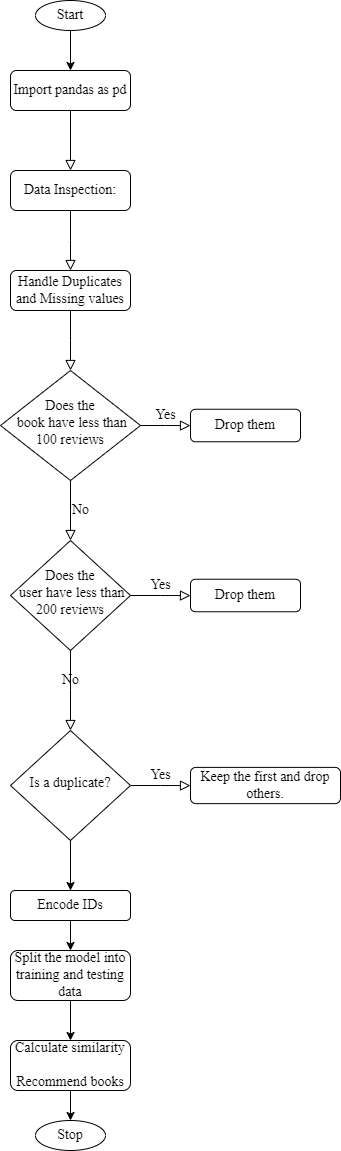
JoshiPrabin/Diagrams keeps this draw.io diagram as BRS_flowchart.png. Above is the earlier version. Source tidied: cells renumbered, new cells last; positions are measured from the earlier drawing's top-left corner, leaving out a move shared by most shapes.
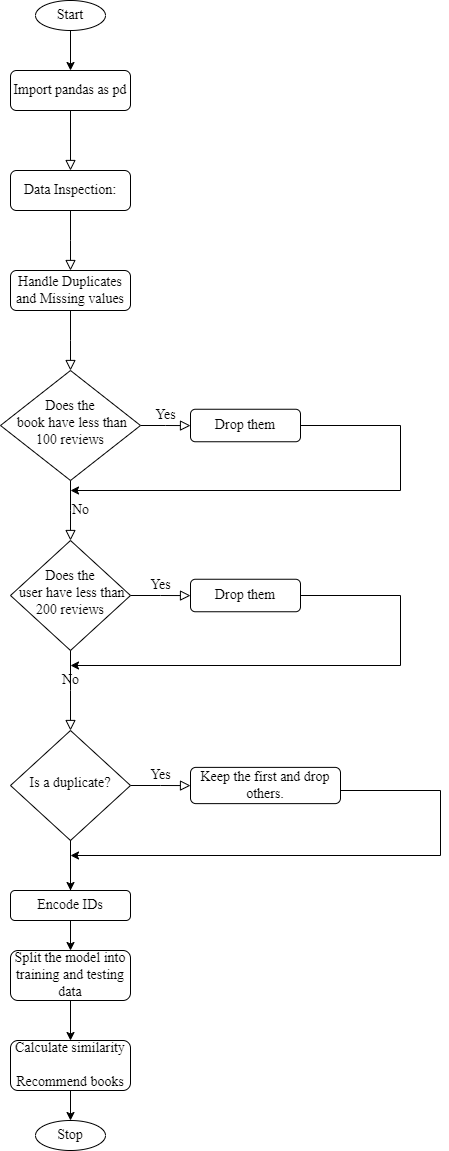
Later version of the same file.

Change to the diagram source:
```diff
@@ -110,5 +110,33 @@
     <mxCell id="30" value="Encode IDs" style="rounded=1;whiteSpace=wrap;html=1;fontSize=14;glass=0;strokeWidth=1;shadow=0;fontFamily=Times New Roman;" parent="1" vertex="1">
       <mxGeometry x="10" y="890" width="120" height="30" as="geometry" />
     </mxCell>
+    <mxCell id="31" style="endArrow=classic;html=1;rounded=0;exitX=1;exitY=0.5;exitDx=0;exitDy=0;" parent="1" edge="1" source="6">
+      <mxGeometry relative="1" as="geometry">
+        <mxPoint x="70" y="490" as="targetPoint" />
+        <Array as="points">
+          <mxPoint x="400" y="425" />
+          <mxPoint x="400" y="490" />
+        </Array>
+      </mxGeometry>
+    </mxCell>
+    <mxCell id="32" style="endArrow=classic;html=1;rounded=0;exitX=1;exitY=0.5;exitDx=0;exitDy=0;" parent="1" edge="1" source="18">
+      <mxGeometry relative="1" as="geometry">
+        <mxPoint x="70" y="665" as="targetPoint" />
+        <Array as="points">
+          <mxPoint x="400" y="595" />
+          <mxPoint x="400" y="665" />
+        </Array>
+      </mxGeometry>
+    </mxCell>
+    <mxCell id="33" style="endArrow=classic;html=1;rounded=0;exitX=1;exitY=0.5;exitDx=0;exitDy=0;" parent="1" edge="1">
+      <mxGeometry relative="1" as="geometry">
+        <mxPoint x="340" y="790" as="sourcePoint" />
+        <mxPoint x="70" y="855" as="targetPoint" />
+        <Array as="points">
+          <mxPoint x="440" y="790" />
+          <mxPoint x="440" y="855" />
+        </Array>
+      </mxGeometry>
+    </mxCell>
   </root>
 </mxGraphModel>
```
